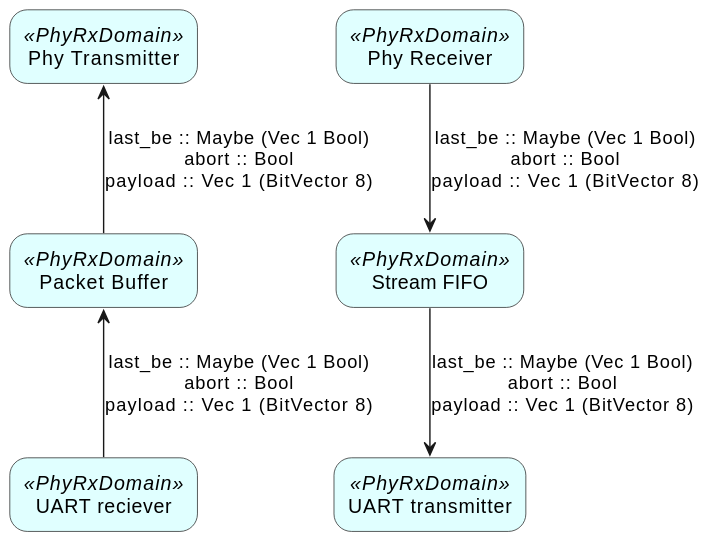
Earlier version of the PlantUML export diagram/uart-eth.svg (GiPHouse/qbaylogic-clash-based-macipudp-stack-spring24). Source of this version:
```plantuml
@startuml
skinparam rectangle<<PhyRxDomain>> {
	roundCorner 25
	backgroundColor LightCyan
}


rectangle "Phy Receiver" as PhyRx <<PhyRxDomain>>
rectangle "Phy Transmitter" as PhyTx <<PhyRxDomain>>
rectangle "Stream FIFO" as StreamFIFO <<PhyRxDomain>>
rectangle "Packet Buffer" as PacketBuf <<PhyRxDomain>>
rectangle "UART transmitter" as UARTTx <<PhyRxDomain>>
rectangle "UART reciever" as UARTRx <<PhyRxDomain>>

PhyRx -down-> StreamFIFO : last_be :: Maybe (Vec 1 Bool)\nabort :: Bool\npayload ::  Vec 1 (BitVector 8)
StreamFIFO -down-> UARTTx : last_be :: Maybe (Vec 1 Bool)\nabort :: Bool\npayload :: Vec 1 (BitVector 8)

UARTRx -up-> PacketBuf : last_be :: Maybe (Vec 1 Bool)\nabort :: Bool\npayload ::  Vec 1 (BitVector 8)
PacketBuf -up-> PhyTx : last_be :: Maybe (Vec 1 Bool)\nabort :: Bool\npayload ::  Vec 1 (BitVector 8)
@enduml
```
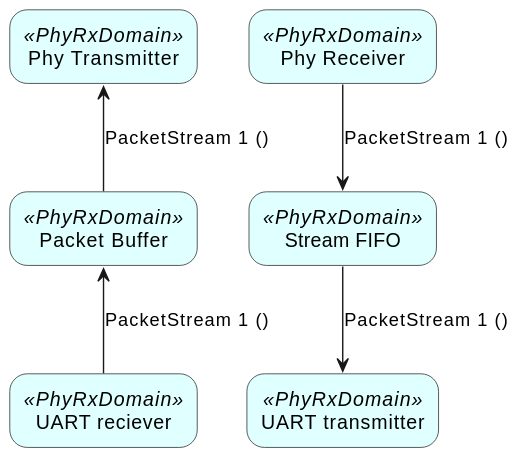
Later version of the same file.

The edit, as a diff of the source:
```diff
@@ -12,9 +12,9 @@
 rectangle "UART transmitter" as UARTTx <<PhyRxDomain>>
 rectangle "UART reciever" as UARTRx <<PhyRxDomain>>
 
-PhyRx -down-> StreamFIFO : last_be :: Maybe (Vec 1 Bool)\nabort :: Bool\npayload ::  Vec 1 (BitVector 8)
-StreamFIFO -down-> UARTTx : last_be :: Maybe (Vec 1 Bool)\nabort :: Bool\npayload :: Vec 1 (BitVector 8)
+PhyRx -down-> StreamFIFO : PacketStream 1 ()
+StreamFIFO -down-> UARTTx : PacketStream 1 ()
 
-UARTRx -up-> PacketBuf : last_be :: Maybe (Vec 1 Bool)\nabort :: Bool\npayload ::  Vec 1 (BitVector 8)
-PacketBuf -up-> PhyTx : last_be :: Maybe (Vec 1 Bool)\nabort :: Bool\npayload ::  Vec 1 (BitVector 8)
+UARTRx -up-> PacketBuf :PacketStream 1 ()
+PacketBuf -up-> PhyTx : PacketStream 1 ()
 @enduml
```
